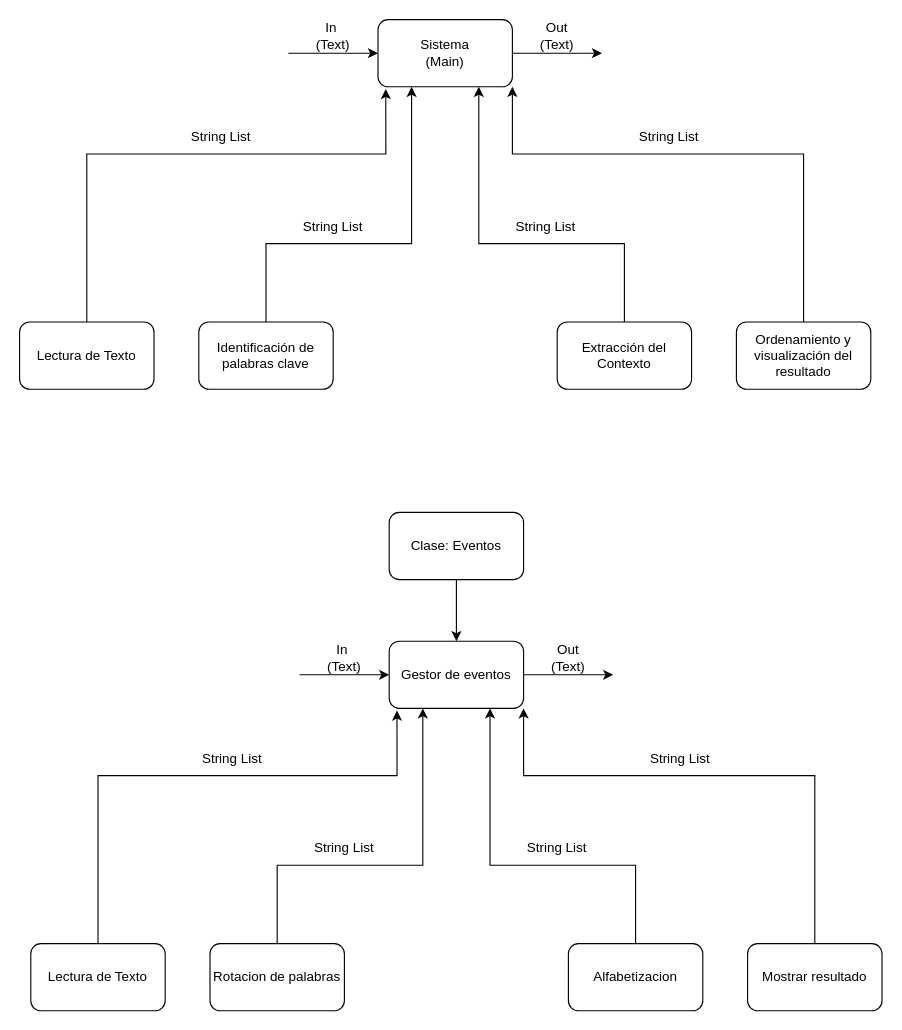
Before: Diagramas/Implicit Invocation.drawio in Oscarfdo/Proyectos-Conjuntos, a draw.io diagram. Source tidied: cells renumbered, new cells numbered last; positions are measured from the earlier drawing's top-left corner, leaving out a move shared by most shapes. Both pictures are drawn from the tidied source at 112%, with x=0, y=0 at pixel (19, 19).
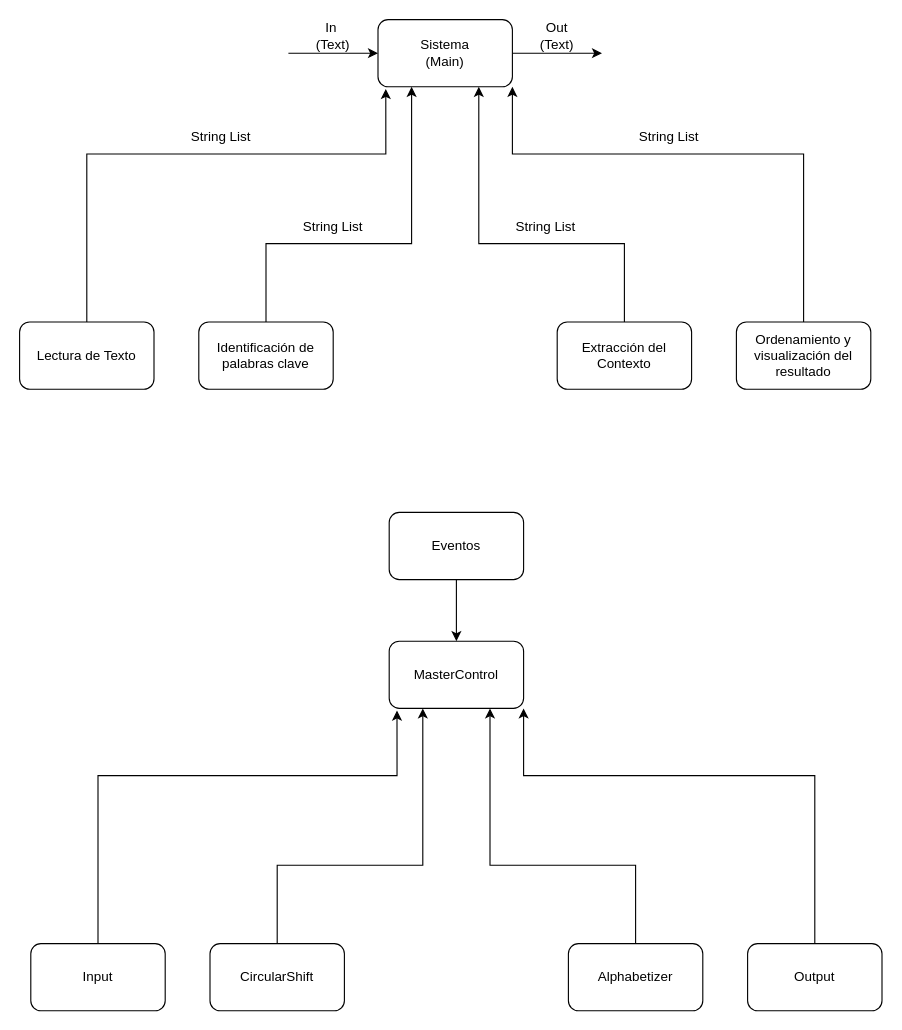
The same page after the edit.

Diff of the diagram source:
```diff
@@
-    <mxCell id="20" value="Lectura de Texto" style="rounded=1;whiteSpace=wrap;html=1;" parent="1" vertex="1">
+    <mxCell id="20" value="Input" style="rounded=1;whiteSpace=wrap;html=1;" parent="1" vertex="1">
       <mxGeometry x="10" y="825" width="120" height="60" as="geometry" />
     </mxCell>
@@
-    <mxCell id="22" value="Rotacion de palabras" style="rounded=1;whiteSpace=wrap;html=1;" parent="1" vertex="1">
+    <mxCell id="22" value="CircularShift" style="rounded=1;whiteSpace=wrap;html=1;" parent="1" vertex="1">
       <mxGeometry x="170" y="825" width="120" height="60" as="geometry" />
     </mxCell>
@@
-    <mxCell id="24" value="Alfabetizacion" style="rounded=1;whiteSpace=wrap;html=1;" parent="1" vertex="1">
+    <mxCell id="24" value="Alphabetizer" style="rounded=1;whiteSpace=wrap;html=1;" parent="1" vertex="1">
       <mxGeometry x="490" y="825" width="120" height="60" as="geometry" />
     </mxCell>
@@
-    <mxCell id="26" value="Mostrar resultado" style="rounded=1;whiteSpace=wrap;html=1;" parent="1" vertex="1">
+    <mxCell id="26" value="Output" style="rounded=1;whiteSpace=wrap;html=1;" parent="1" vertex="1">
       <mxGeometry x="650" y="825" width="120" height="60" as="geometry" />
     </mxCell>
-    <mxCell id="27" style="endArrow=classic;html=1;rounded=0;entryX=0;entryY=0.5;entryDx=0;entryDy=0;" parent="1" edge="1" target="33">
-      <mxGeometry relative="1" as="geometry">
-        <mxPoint x="250" y="585" as="sourcePoint" />
-      </mxGeometry>
-    </mxCell>
-    <mxCell id="28" value="In&amp;nbsp;&lt;div&gt;(Text)&lt;/div&gt;" style="text;html=1;align=center;verticalAlign=middle;whiteSpace=wrap;rounded=0;" parent="1" vertex="1">
-      <mxGeometry x="260" y="555" width="60" height="30" as="geometry" />
-    </mxCell>
-    <mxCell id="29" value="String List" style="text;html=1;align=center;verticalAlign=middle;whiteSpace=wrap;rounded=0;" parent="1" vertex="1">
-      <mxGeometry x="160" y="645" width="60" height="30" as="geometry" />
-    </mxCell>
-    <mxCell id="30" value="String List" style="text;html=1;align=center;verticalAlign=middle;whiteSpace=wrap;rounded=0;" parent="1" vertex="1">
-      <mxGeometry x="450" y="725" width="60" height="30" as="geometry" />
-    </mxCell>
-    <mxCell id="31" value="Out&lt;div&gt;(Text)&lt;/div&gt;" style="text;html=1;align=center;verticalAlign=middle;whiteSpace=wrap;rounded=0;" parent="1" vertex="1">
-      <mxGeometry x="460" y="555" width="60" height="30" as="geometry" />
-    </mxCell>
-    <mxCell id="32" style="edgeStyle=orthogonalEdgeStyle;rounded=0;jettySize=auto;html=1;exitX=1;exitY=0.5;exitDx=0;exitDy=0;" parent="1" edge="1" source="33">
-      <mxGeometry relative="1" as="geometry">
-        <mxPoint x="530" y="585" as="targetPoint" />
-      </mxGeometry>
-    </mxCell>
-    <mxCell id="33" value="Gestor de eventos" style="rounded=1;whiteSpace=wrap;html=1;" parent="1" vertex="1">
+    <mxCell id="33" value="MasterControl" style="rounded=1;whiteSpace=wrap;html=1;" parent="1" vertex="1">
       <mxGeometry x="330" y="555" width="120" height="60" as="geometry" />
     </mxCell>
-    <mxCell id="34" value="String List" style="text;html=1;align=center;verticalAlign=middle;whiteSpace=wrap;rounded=0;" parent="1" vertex="1">
-      <mxGeometry x="260" y="725" width="60" height="30" as="geometry" />
-    </mxCell>
-    <mxCell id="35" value="String List" style="text;html=1;align=center;verticalAlign=middle;whiteSpace=wrap;rounded=0;" parent="1" vertex="1">
-      <mxGeometry x="560" y="645" width="60" height="30" as="geometry" />
-    </mxCell>
@@
-    <mxCell id="37" value="Clase: Eventos" style="rounded=1;whiteSpace=wrap;html=1;" parent="1" vertex="1">
+    <mxCell id="37" value="Eventos" style="rounded=1;whiteSpace=wrap;html=1;" parent="1" vertex="1">
       <mxGeometry x="330" y="440" width="120" height="60" as="geometry" />
     </mxCell>
```
